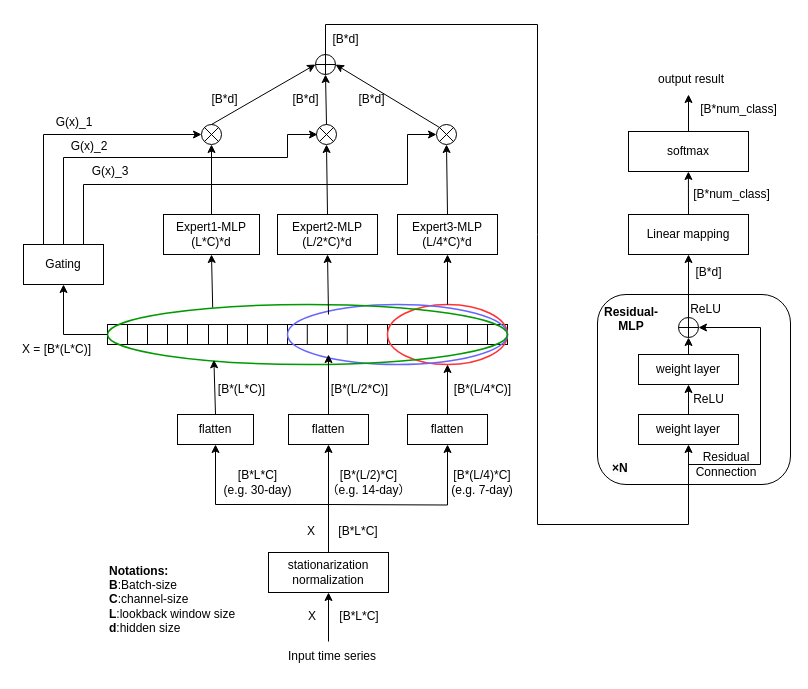
HALF111/Research_figures keeps this draw.io diagram as 未命名绘图.drawio. Above is the earlier version. Source tidied: cells renumbered, new cells numbered last; positions are measured from the earlier drawing's top-left corner, leaving out a move shared by most shapes. Both pictures are drawn from the tidied source at 100%, with x=0, y=0 at pixel (17, 24).
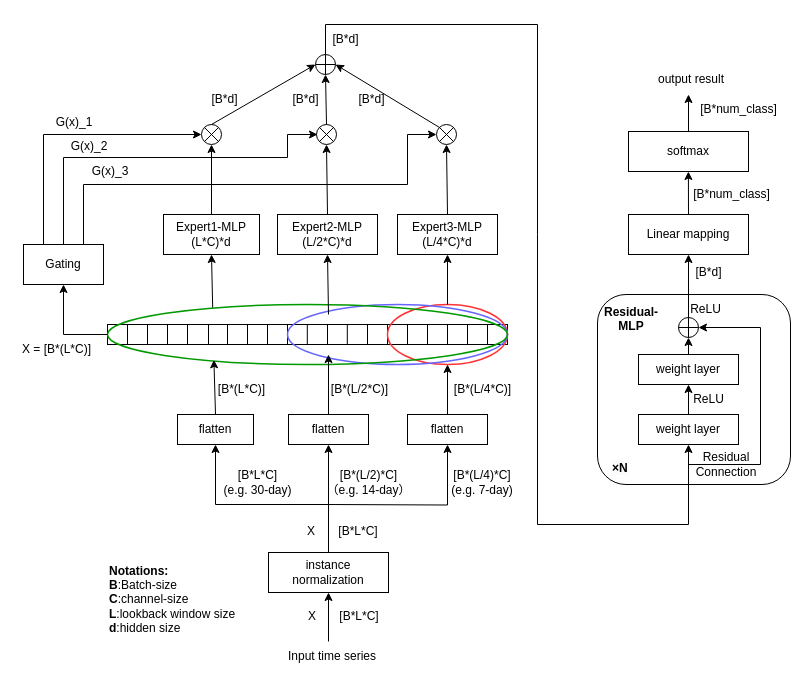
The same page after the edit.

Commit message:
更新未命名绘图.drawio

The edit, as a diff of the source:
```diff
@@
-    <mxCell id="51" value="stationarization normalization" style="rounded=0;whiteSpace=wrap;html=1;" parent="1" vertex="1">
+    <mxCell id="51" value="instance normalization" style="rounded=0;whiteSpace=wrap;html=1;" parent="1" vertex="1">
       <mxGeometry x="251" y="528" width="120" height="40" as="geometry" />
     </mxCell>
```
